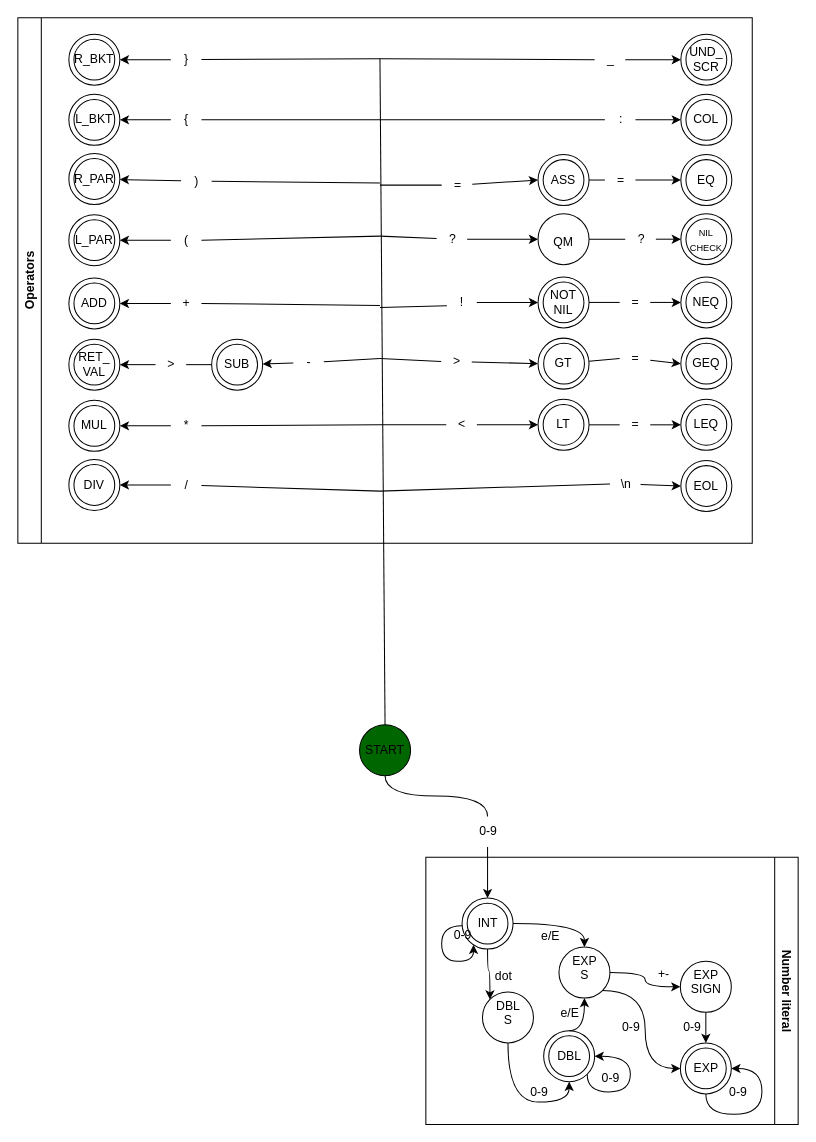
pomjak/IFJ23 keeps this draw.io diagram as doc/fsm_draft.drawio. Above is the earlier version. Source tidied: cells renumbered, new cells numbered last; positions are measured from the earlier drawing's top-left corner, leaving out a move shared by most shapes. Both pictures are drawn from the tidied source at 102%, with x=0, y=0 at pixel (17, 17).
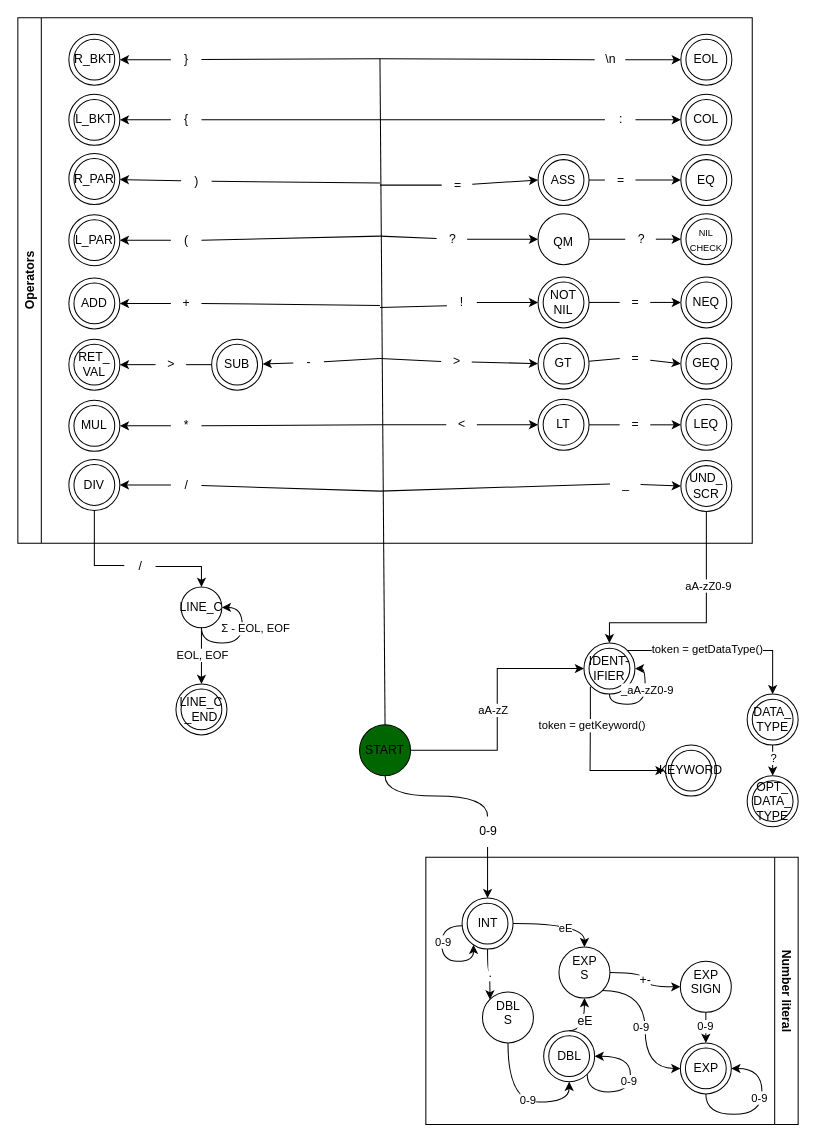
The same diagram, later.

Commit message:
add line comment and identifiers

Unchanged cells that the change refers to:
```xml
<mxCell id="3" value="START" style="ellipse;whiteSpace=wrap;html=1;fillColor=#006600;" parent="1" vertex="1">
  <mxGeometry x="335" y="693" width="50" height="50" as="geometry" />
</mxCell>
<mxCell id="4" value="Number literal" style="swimlane;horizontal=0;whiteSpace=wrap;html=1;rounded=0;shadow=0;glass=0;rotation=-180;" parent="1" vertex="1">
  <mxGeometry x="400" y="823" width="365" height="262" as="geometry" />
</mxCell>
<mxCell id="7" value="INT" style="ellipse;whiteSpace=wrap;html=1;fillColor=none;" parent="5" vertex="1">
  <mxGeometry width="50" height="50" as="geometry" />
</mxCell>
<mxCell id="8" style="edgeStyle=orthogonalEdgeStyle;shape=connector;curved=1;rounded=0;jettySize=auto;html=1;exitX=0;exitY=0.5;exitDx=0;exitDy=0;entryX=0.225;entryY=0.916;entryDx=0;entryDy=0;entryPerimeter=0;labelBackgroundColor=default;strokeColor=default;align=center;verticalAlign=middle;fontFamily=Helvetica;fontSize=12;fontColor=default;endArrow=classic;elbow=vertical;" parent="5" edge="1" target="7">
  <mxGeometry relative="1" as="geometry">
    <mxPoint y="27.1" as="sourcePoint" />
    <Array as="points">
      <mxPoint x="-20" y="27" />
      <mxPoint x="-20" y="62" />
      <mxPoint x="11" y="62" />
    </Array>
  </mxGeometry>
</mxCell>
<mxCell id="10" value="DBL&lt;div&gt;S&lt;br&gt;&lt;/div&gt;" style="ellipse;whiteSpace=wrap;html=1;align=center;verticalAlign=top;fontFamily=Helvetica;fontSize=12;fontColor=default;fillColor=none;gradientColor=none;" parent="4" vertex="1">
  <mxGeometry x="55.5" y="132" width="50" height="50" as="geometry" />
</mxCell>
<mxCell id="15" value="DBL" style="ellipse;whiteSpace=wrap;html=1;fillColor=none;" parent="13" vertex="1">
  <mxGeometry width="50" height="50" as="geometry" />
</mxCell>
<mxCell id="16" style="edgeStyle=orthogonalEdgeStyle;shape=connector;curved=1;rounded=0;orthogonalLoop=1;jettySize=auto;html=1;exitX=1;exitY=1;exitDx=0;exitDy=0;entryX=1;entryY=0.5;entryDx=0;entryDy=0;labelBackgroundColor=default;strokeColor=default;align=center;verticalAlign=middle;fontFamily=Helvetica;fontSize=12;fontColor=default;endArrow=classic;elbow=vertical;" parent="13" edge="1" source="15" target="15">
  <mxGeometry relative="1" as="geometry">
    <Array as="points">
      <mxPoint x="43" y="60" />
      <mxPoint x="85" y="60" />
      <mxPoint x="85" y="25" />
    </Array>
  </mxGeometry>
</mxCell>
<mxCell id="17" style="edgeStyle=orthogonalEdgeStyle;shape=connector;curved=1;rounded=0;jettySize=auto;html=1;exitX=0.5;exitY=1;exitDx=0;exitDy=0;entryX=0.5;entryY=1;entryDx=0;entryDy=0;labelBackgroundColor=default;strokeColor=default;align=center;verticalAlign=middle;fontFamily=Helvetica;fontSize=12;fontColor=default;endArrow=classic;elbow=vertical;" parent="4" edge="1" source="10" target="15">
  <mxGeometry relative="1" as="geometry" />
</mxCell>
<mxCell id="20" value="EXP&lt;br&gt;S" style="ellipse;whiteSpace=wrap;html=1;align=center;verticalAlign=top;fontFamily=Helvetica;fontSize=12;fontColor=default;fillColor=none;gradientColor=none;" parent="4" vertex="1">
  <mxGeometry x="130.5" y="88" width="50" height="50" as="geometry" />
</mxCell>
<mxCell id="21" style="edgeStyle=orthogonalEdgeStyle;shape=connector;curved=1;rounded=0;jettySize=auto;html=1;exitX=1;exitY=0.5;exitDx=0;exitDy=0;entryX=0.5;entryY=0;entryDx=0;entryDy=0;labelBackgroundColor=default;strokeColor=default;align=center;verticalAlign=middle;fontFamily=Helvetica;fontSize=12;fontColor=default;endArrow=classic;elbow=vertical;" parent="4" edge="1" source="7" target="20">
  <mxGeometry relative="1" as="geometry" />
</mxCell>
<mxCell id="25" value="EXP&lt;br&gt;SIGN" style="ellipse;whiteSpace=wrap;html=1;align=center;verticalAlign=top;fontFamily=Helvetica;fontSize=12;fontColor=default;fillColor=none;gradientColor=none;" parent="4" vertex="1">
  <mxGeometry x="249.5" y="102" width="50" height="50" as="geometry" />
</mxCell>
<mxCell id="30" style="edgeStyle=orthogonalEdgeStyle;shape=connector;curved=1;rounded=0;orthogonalLoop=1;jettySize=auto;html=1;exitX=0.5;exitY=1;exitDx=0;exitDy=0;entryX=1;entryY=0.5;entryDx=0;entryDy=0;labelBackgroundColor=default;strokeColor=default;align=center;verticalAlign=middle;fontFamily=Helvetica;fontSize=12;fontColor=default;endArrow=classic;elbow=vertical;" parent="27" edge="1" source="29" target="29">
  <mxGeometry relative="1" as="geometry">
    <Array as="points">
      <mxPoint x="25" y="70" />
      <mxPoint x="80" y="70" />
      <mxPoint x="80" y="25" />
    </Array>
  </mxGeometry>
</mxCell>
<mxCell id="31" style="edgeStyle=orthogonalEdgeStyle;shape=connector;curved=1;rounded=0;jettySize=auto;html=1;exitX=1;exitY=1;exitDx=0;exitDy=0;entryX=0;entryY=0.5;entryDx=0;entryDy=0;labelBackgroundColor=default;strokeColor=default;align=center;verticalAlign=middle;fontFamily=Helvetica;fontSize=12;fontColor=default;endArrow=classic;elbow=vertical;" parent="4" edge="1" source="20" target="29">
  <mxGeometry relative="1" as="geometry" />
</mxCell>
<mxCell id="36" style="edgeStyle=orthogonalEdgeStyle;shape=connector;curved=1;rounded=0;jettySize=auto;html=1;exitX=0.5;exitY=1;exitDx=0;exitDy=0;entryX=0.5;entryY=0;entryDx=0;entryDy=0;labelBackgroundColor=default;strokeColor=default;align=center;verticalAlign=middle;fontFamily=Helvetica;fontSize=12;fontColor=default;endArrow=classic;elbow=vertical;" parent="4" edge="1" source="25" target="29">
  <mxGeometry relative="1" as="geometry" />
</mxCell>
<mxCell id="37" value="Operators" style="swimlane;horizontal=0;whiteSpace=wrap;html=1;rounded=0;shadow=0;glass=0;sketch=0;" parent="1" vertex="1">
  <mxGeometry width="720" height="515" as="geometry" />
</mxCell>
<mxCell id="71" style="group;" parent="37" vertex="1">
  <mxGeometry x="650" y="434" width="50" height="50" as="geometry" />
</mxCell>
<mxCell id="128" value="DIV" style="ellipse;whiteSpace=wrap;html=1;fillColor=none;" parent="126" vertex="1">
  <mxGeometry width="50" height="50" as="geometry" />
</mxCell>
<mxCell id="158" style="group;" parent="37" vertex="1">
  <mxGeometry x="650" y="16" width="50" height="50" as="geometry" />
</mxCell>
```

Change to the diagram source:
```diff
@@
+    <mxCell id="169" style="edgeStyle=orthogonalEdgeStyle;rounded=0;jettySize=auto;html=1;entryX=0;entryY=0.5;entryDx=0;entryDy=0;" parent="1" edge="1" source="3" target="192">
+      <mxGeometry relative="1" as="geometry" />
+    </mxCell>
+    <mxCell id="170" value="aA-zZ" style="edgeLabel;html=1;align=center;verticalAlign=middle;" parent="169" vertex="1">
+      <mxGeometry x="-0.26" y="-1" relative="1" as="geometry">
+        <mxPoint x="-6" y="-32" as="offset" />
+      </mxGeometry>
+    </mxCell>
@@
-    <mxCell id="9" value="0-9" style="text;html=1;align=center;verticalAlign=middle;strokeColor=none;fillColor=none;fontSize=12;fontFamily=Helvetica;fontColor=default;" parent="4" vertex="1">
-      <mxGeometry x="15.5" y="62" width="40" height="30" as="geometry" />
-    </mxCell>
+    <mxCell id="171" value="0-9" style="edgeLabel;html=1;align=center;verticalAlign=middle;" parent="8" vertex="1">
+      <mxGeometry x="-0.32" y="1" relative="1" as="geometry" />
+    </mxCell>
@@
-    <mxCell id="11" style="edgeStyle=orthogonalEdgeStyle;shape=connector;curved=1;rounded=0;jettySize=auto;html=1;exitX=0.5;exitY=1;exitDx=0;exitDy=0;entryX=0;entryY=0;entryDx=0;entryDy=0;labelBackgroundColor=default;strokeColor=default;align=center;verticalAlign=middle;fontFamily=Helvetica;fontSize=12;fontColor=default;endArrow=classic;elbow=vertical;" parent="4" edge="1" source="7" target="10">
+    <mxCell id="11" value="." style="edgeStyle=orthogonalEdgeStyle;shape=connector;curved=1;rounded=0;jettySize=auto;html=1;exitX=0.5;exitY=1;exitDx=0;exitDy=0;entryX=0;entryY=0;entryDx=0;entryDy=0;labelBackgroundColor=default;strokeColor=default;align=center;verticalAlign=middle;fontFamily=Helvetica;fontSize=12;fontColor=default;endArrow=classic;elbow=vertical;" parent="4" edge="1" source="7" target="10">
       <mxGeometry relative="1" as="geometry" />
     </mxCell>
-    <mxCell id="12" value="dot" style="text;html=1;align=center;verticalAlign=middle;strokeColor=none;fillColor=none;fontSize=12;fontFamily=Helvetica;fontColor=default;" parent="4" vertex="1">
-      <mxGeometry x="55.5" y="102" width="40" height="30" as="geometry" />
-    </mxCell>
@@
+    <mxCell id="172" value="0-9" style="edgeLabel;html=1;align=center;verticalAlign=middle;" parent="16" vertex="1">
+      <mxGeometry x="0.08" y="2" relative="1" as="geometry" />
+    </mxCell>
@@
-    <mxCell id="18" value="0-9" style="text;html=1;align=center;verticalAlign=middle;strokeColor=none;fillColor=none;fontSize=12;fontFamily=Helvetica;fontColor=default;" parent="4" vertex="1">
-      <mxGeometry x="90.5" y="216" width="40" height="30" as="geometry" />
-    </mxCell>
-    <mxCell id="19" value="0-9" style="text;html=1;align=center;verticalAlign=middle;strokeColor=none;fillColor=none;fontSize=12;fontFamily=Helvetica;fontColor=default;" parent="4" vertex="1">
-      <mxGeometry x="160.5" y="202" width="40" height="30" as="geometry" />
-    </mxCell>
+    <mxCell id="173" value="0-9" style="edgeLabel;html=1;align=center;verticalAlign=middle;" parent="17" vertex="1">
+      <mxGeometry x="0.11" y="3" relative="1" as="geometry" />
+    </mxCell>
@@
-    <mxCell id="22" value="e/E" style="edgeLabel;html=1;align=center;verticalAlign=middle;fontSize=12;fontFamily=Helvetica;fontColor=default;" parent="21" vertex="1">
-      <mxGeometry x="-0.43" y="5" relative="1" as="geometry">
-        <mxPoint x="9" y="17" as="offset" />
-      </mxGeometry>
-    </mxCell>
+    <mxCell id="174" value="eE" style="edgeLabel;html=1;align=center;verticalAlign=middle;" parent="21" vertex="1">
+      <mxGeometry x="0.1" y="-4" relative="1" as="geometry" />
+    </mxCell>
-    <mxCell id="23" style="edgeStyle=orthogonalEdgeStyle;shape=connector;curved=1;rounded=0;jettySize=auto;html=1;exitX=0.5;exitY=0;exitDx=0;exitDy=0;entryX=0.5;entryY=1;entryDx=0;entryDy=0;labelBackgroundColor=default;strokeColor=default;align=center;verticalAlign=middle;fontFamily=Helvetica;fontSize=12;fontColor=default;endArrow=classic;elbow=vertical;" parent="4" edge="1" source="15" target="20">
+    <mxCell id="23" value="eE" style="edgeStyle=orthogonalEdgeStyle;shape=connector;curved=1;rounded=0;jettySize=auto;html=1;exitX=0.5;exitY=0;exitDx=0;exitDy=0;entryX=0.5;entryY=1;entryDx=0;entryDy=0;labelBackgroundColor=default;strokeColor=default;align=center;verticalAlign=middle;fontFamily=Helvetica;fontSize=12;fontColor=default;endArrow=classic;elbow=vertical;" parent="4" edge="1" source="15" target="20">
       <mxGeometry relative="1" as="geometry" />
     </mxCell>
-    <mxCell id="24" value="e/E" style="text;html=1;align=center;verticalAlign=middle;strokeColor=none;fillColor=none;fontSize=12;fontFamily=Helvetica;fontColor=default;" parent="4" vertex="1">
-      <mxGeometry x="120.5" y="138" width="40" height="30" as="geometry" />
-    </mxCell>
@@
-    <mxCell id="26" style="edgeStyle=orthogonalEdgeStyle;shape=connector;curved=1;rounded=0;jettySize=auto;html=1;exitX=1;exitY=0.5;exitDx=0;exitDy=0;entryX=0;entryY=0.5;entryDx=0;entryDy=0;labelBackgroundColor=default;strokeColor=default;align=center;verticalAlign=middle;fontFamily=Helvetica;fontSize=12;fontColor=default;endArrow=classic;elbow=vertical;" parent="4" edge="1" source="20" target="25">
+    <mxCell id="26" value="+-" style="edgeStyle=orthogonalEdgeStyle;shape=connector;curved=1;rounded=0;jettySize=auto;html=1;exitX=1;exitY=0.5;exitDx=0;exitDy=0;entryX=0;entryY=0.5;entryDx=0;entryDy=0;labelBackgroundColor=default;strokeColor=default;align=center;verticalAlign=middle;fontFamily=Helvetica;fontSize=12;fontColor=default;endArrow=classic;elbow=vertical;" parent="4" edge="1" source="20" target="25">
       <mxGeometry relative="1" as="geometry" />
     </mxCell>
@@
+    <mxCell id="175" value="0-9" style="edgeLabel;html=1;align=center;verticalAlign=middle;" parent="30" vertex="1">
+      <mxGeometry x="0.22" y="3" relative="1" as="geometry" />
+    </mxCell>
@@
-    <mxCell id="32" value="+-" style="text;html=1;align=center;verticalAlign=middle;strokeColor=none;fillColor=none;fontSize=12;fontFamily=Helvetica;fontColor=default;" parent="4" vertex="1">
-      <mxGeometry x="217.5" y="100" width="30" height="30" as="geometry" />
-    </mxCell>
-    <mxCell id="33" value="0-9" style="text;html=1;align=center;verticalAlign=middle;strokeColor=none;fillColor=none;fontSize=12;fontFamily=Helvetica;fontColor=default;" parent="4" vertex="1">
-      <mxGeometry x="240.5" y="152" width="40" height="30" as="geometry" />
-    </mxCell>
-    <mxCell id="34" value="0-9" style="text;html=1;align=center;verticalAlign=middle;strokeColor=none;fillColor=none;fontSize=12;fontFamily=Helvetica;fontColor=default;" parent="4" vertex="1">
-      <mxGeometry x="180.5" y="152" width="40" height="30" as="geometry" />
-    </mxCell>
-    <mxCell id="35" value="0-9" style="text;html=1;align=center;verticalAlign=middle;strokeColor=none;fillColor=none;fontSize=12;fontFamily=Helvetica;fontColor=default;" parent="4" vertex="1">
-      <mxGeometry x="285.5" y="216" width="40" height="30" as="geometry" />
-    </mxCell>
+    <mxCell id="176" value="0-9" style="edgeLabel;html=1;align=center;verticalAlign=middle;" parent="31" vertex="1">
+      <mxGeometry x="-0.26" y="-4" relative="1" as="geometry">
+        <mxPoint x="-1" y="22" as="offset" />
+      </mxGeometry>
+    </mxCell>
@@
+    <mxCell id="177" value="0-9" style="edgeLabel;html=1;align=center;verticalAlign=middle;" parent="36" vertex="1">
+      <mxGeometry x="-0.15" y="-1" relative="1" as="geometry" />
+    </mxCell>
@@
-    <mxCell id="73" value="EOL" style="ellipse;whiteSpace=wrap;html=1;fillColor=none;" parent="71" vertex="1">
+    <mxCell id="73" value="&lt;div style=&quot;border-color: var(--border-color);&quot;&gt;UND_&lt;/div&gt;&lt;div style=&quot;border-color: var(--border-color);&quot;&gt;SCR&lt;/div&gt;" style="ellipse;whiteSpace=wrap;html=1;fillColor=none;" parent="71" vertex="1">
       <mxGeometry width="50" height="50" as="geometry" />
     </mxCell>
@@
-    <mxCell id="100" value="\n" style="text;html=1;align=center;verticalAlign=middle;points=[];strokeColor=none;fillColor=none;" parent="37" vertex="1">
+    <mxCell id="100" value="_" style="text;html=1;align=center;verticalAlign=middle;points=[];strokeColor=none;fillColor=none;" parent="37" vertex="1">
       <mxGeometry x="580.5" y="442" width="30" height="30" as="geometry" />
     </mxCell>
@@
-    <mxCell id="160" value="&lt;div&gt;UND_&lt;/div&gt;&lt;div&gt;SCR&lt;/div&gt;" style="ellipse;whiteSpace=wrap;html=1;fillColor=none;" parent="158" vertex="1">
+    <mxCell id="160" value="&lt;div&gt;EOL&lt;/div&gt;" style="ellipse;whiteSpace=wrap;html=1;fillColor=none;" parent="158" vertex="1">
       <mxGeometry width="50" height="50" as="geometry" />
     </mxCell>
@@
-    <mxCell id="163" value="_" style="text;html=1;align=center;verticalAlign=middle;points=[];strokeColor=none;fillColor=none;" parent="37" vertex="1">
+    <mxCell id="163" value="\n" style="text;html=1;align=center;verticalAlign=middle;points=[];strokeColor=none;fillColor=none;" parent="37" vertex="1">
       <mxGeometry x="565.5" y="26" width="30" height="30" as="geometry" />
     </mxCell>
@@
+    <mxCell id="178" style="group;" parent="1" vertex="1">
+      <mxGeometry x="155" y="553" width="50" height="50" as="geometry" />
+    </mxCell>
+    <mxCell id="179" value="LINE_C" style="ellipse;whiteSpace=wrap;html=1;" parent="178" vertex="1">
+      <mxGeometry x="5" y="5" width="40" height="40" as="geometry" />
+    </mxCell>
+    <mxCell id="180" style="edgeStyle=orthogonalEdgeStyle;rounded=0;orthogonalLoop=1;jettySize=auto;html=1;exitX=0.5;exitY=1;exitDx=0;exitDy=0;entryX=1;entryY=0.5;entryDx=0;entryDy=0;curved=1;" parent="178" edge="1" source="179" target="179">
+      <mxGeometry relative="1" as="geometry">
+        <Array as="points">
+          <mxPoint x="25" y="60" />
+          <mxPoint x="65" y="60" />
+          <mxPoint x="65" y="25" />
+        </Array>
+      </mxGeometry>
+    </mxCell>
+    <mxCell id="181" value="Σ&amp;nbsp;- EOL, EOF" style="edgeLabel;html=1;align=center;verticalAlign=middle;" parent="180" vertex="1">
+      <mxGeometry x="-0.24" y="2" relative="1" as="geometry">
+        <mxPoint x="25" y="-13" as="offset" />
+      </mxGeometry>
+    </mxCell>
+    <mxCell id="182" style="group;" parent="1" vertex="1">
+      <mxGeometry x="155" y="653" width="50" height="50" as="geometry" />
+    </mxCell>
+    <mxCell id="183" style="ellipse;whiteSpace=wrap;html=1;" parent="182" vertex="1">
+      <mxGeometry x="5" y="5" width="40" height="40" as="geometry" />
+    </mxCell>
+    <mxCell id="184" value="LINE_C&lt;br&gt;_END" style="ellipse;whiteSpace=wrap;html=1;fillColor=none;" parent="182" vertex="1">
+      <mxGeometry width="50" height="50" as="geometry" />
+    </mxCell>
+    <mxCell id="185" style="edgeStyle=orthogonalEdgeStyle;rounded=0;jettySize=auto;html=1;entryX=0.5;entryY=0;entryDx=0;entryDy=0;" parent="1" edge="1" source="186" target="179">
+      <mxGeometry relative="1" as="geometry" />
+    </mxCell>
+    <mxCell id="186" value="/" style="text;html=1;align=center;verticalAlign=middle;points=[];strokeColor=none;fillColor=none;" parent="1" vertex="1">
+      <mxGeometry x="105" y="523" width="30" height="30" as="geometry" />
+    </mxCell>
+    <mxCell id="187" style="edgeStyle=orthogonalEdgeStyle;rounded=0;jettySize=auto;html=1;entryX=-0.022;entryY=0.463;entryDx=0;entryDy=0;entryPerimeter=0;exitX=0.5;exitY=1;exitDx=0;exitDy=0;endArrow=none;endFill=0;" parent="1" edge="1" source="128" target="186">
+      <mxGeometry relative="1" as="geometry" />
+    </mxCell>
+    <mxCell id="188" style="edgeStyle=orthogonalEdgeStyle;rounded=0;jettySize=auto;html=1;exitX=0.5;exitY=1;exitDx=0;exitDy=0;entryX=0.5;entryY=0;entryDx=0;entryDy=0;" parent="1" edge="1" source="179" target="184">
+      <mxGeometry relative="1" as="geometry" />
+    </mxCell>
+    <mxCell id="189" value="EOL, EOF" style="edgeLabel;html=1;align=center;verticalAlign=middle;" parent="188" vertex="1">
+      <mxGeometry x="-0.07" relative="1" as="geometry" />
+    </mxCell>
+    <mxCell id="190" style="group;" parent="1" vertex="1">
+      <mxGeometry x="555" y="613" width="50" height="50" as="geometry" />
+    </mxCell>
+    <mxCell id="191" style="ellipse;whiteSpace=wrap;html=1;" parent="190" vertex="1">
+      <mxGeometry x="5" y="5" width="40" height="40" as="geometry" />
+    </mxCell>
+    <mxCell id="192" value="&lt;div style=&quot;border-color: var(--border-color);&quot;&gt;IDENT-IFIER&lt;/div&gt;" style="ellipse;whiteSpace=wrap;html=1;fillColor=none;" parent="190" vertex="1">
+      <mxGeometry width="50" height="50" as="geometry" />
+    </mxCell>
+    <mxCell id="193" style="edgeStyle=orthogonalEdgeStyle;rounded=0;orthogonalLoop=1;jettySize=auto;html=1;exitX=0.5;exitY=1;exitDx=0;exitDy=0;entryX=1;entryY=0.5;entryDx=0;entryDy=0;curved=1;" parent="190" edge="1" source="192" target="192">
+      <mxGeometry relative="1" as="geometry">
+        <Array as="points">
+          <mxPoint x="25" y="60" />
+          <mxPoint x="60" y="60" />
+          <mxPoint x="60" y="25" />
+        </Array>
+      </mxGeometry>
+    </mxCell>
+    <mxCell id="194" value="_aA-zZ0-9" style="edgeLabel;html=1;align=center;verticalAlign=middle;" parent="193" vertex="1">
+      <mxGeometry x="0.33" y="-1" relative="1" as="geometry" />
+    </mxCell>
+    <mxCell id="195" style="edgeStyle=orthogonalEdgeStyle;rounded=0;jettySize=auto;html=1;entryX=0.5;entryY=0;entryDx=0;entryDy=0;" parent="1" edge="1" source="73" target="192">
+      <mxGeometry relative="1" as="geometry">
+        <Array as="points">
+          <mxPoint x="675" y="593" />
+          <mxPoint x="580" y="593" />
+        </Array>
+      </mxGeometry>
+    </mxCell>
+    <mxCell id="196" value="aA-zZ0-9" style="edgeLabel;html=1;align=center;verticalAlign=middle;" parent="195" vertex="1">
+      <mxGeometry x="-0.36" y="1" relative="1" as="geometry" />
+    </mxCell>
+    <mxCell id="197" style="group;" parent="1" vertex="1">
+      <mxGeometry x="635" y="713" width="50" height="50" as="geometry" />
+    </mxCell>
+    <mxCell id="198" style="ellipse;whiteSpace=wrap;html=1;" parent="197" vertex="1">
+      <mxGeometry x="5" y="5" width="40" height="40" as="geometry" />
+    </mxCell>
+    <mxCell id="199" value="KEYWORD" style="ellipse;whiteSpace=wrap;html=1;fillColor=none;" parent="197" vertex="1">
+      <mxGeometry width="50" height="50" as="geometry" />
+    </mxCell>
+    <mxCell id="200" style="edgeStyle=orthogonalEdgeStyle;rounded=0;orthogonalLoop=1;jettySize=auto;html=1;exitX=0;exitY=1;exitDx=0;exitDy=0;entryX=0;entryY=0.5;entryDx=0;entryDy=0;" parent="1" edge="1">
+      <mxGeometry relative="1" as="geometry">
+        <mxPoint x="561.3" y="655.7" as="sourcePoint" />
+        <mxPoint x="634" y="738" as="targetPoint" />
+        <Array as="points">
+          <mxPoint x="561" y="688" />
+          <mxPoint x="561" y="688" />
+          <mxPoint x="561" y="738" />
+        </Array>
+      </mxGeometry>
+    </mxCell>
+    <mxCell id="201" value="token = getKeyword()" style="edgeLabel;html=1;align=center;verticalAlign=middle;" parent="200" vertex="1">
+      <mxGeometry x="-0.51" y="1" relative="1" as="geometry" />
+    </mxCell>
+    <mxCell id="202" style="group;" parent="1" vertex="1">
+      <mxGeometry x="715" y="663" width="50" height="50" as="geometry" />
+    </mxCell>
+    <mxCell id="203" style="ellipse;whiteSpace=wrap;html=1;" parent="202" vertex="1">
+      <mxGeometry x="5" y="5" width="40" height="40" as="geometry" />
+    </mxCell>
+    <mxCell id="204" value="DATA_&lt;br&gt;TYPE" style="ellipse;whiteSpace=wrap;html=1;fillColor=none;" parent="202" vertex="1">
+      <mxGeometry width="50" height="50" as="geometry" />
+    </mxCell>
+    <mxCell id="205" style="edgeStyle=orthogonalEdgeStyle;rounded=0;jettySize=auto;html=1;exitX=1;exitY=0;exitDx=0;exitDy=0;entryX=0.5;entryY=0;entryDx=0;entryDy=0;" parent="1" edge="1" source="192" target="204">
+      <mxGeometry relative="1" as="geometry">
+        <Array as="points">
+          <mxPoint x="740" y="620" />
+        </Array>
+      </mxGeometry>
+    </mxCell>
+    <mxCell id="206" value="token = getDataType()" style="edgeLabel;html=1;align=center;verticalAlign=middle;" parent="205" vertex="1">
+      <mxGeometry x="0.24" relative="1" as="geometry">
+        <mxPoint x="-37" y="-2" as="offset" />
+      </mxGeometry>
+    </mxCell>
+    <mxCell id="207" style="group;" parent="1" vertex="1">
+      <mxGeometry x="715" y="743" width="50" height="50" as="geometry" />
+    </mxCell>
+    <mxCell id="208" style="ellipse;whiteSpace=wrap;html=1;" parent="207" vertex="1">
+      <mxGeometry x="5" y="5" width="40" height="40" as="geometry" />
+    </mxCell>
+    <mxCell id="209" value="OPT_&lt;br&gt;DATA_&lt;br&gt;TYPE" style="ellipse;whiteSpace=wrap;html=1;fillColor=none;" parent="207" vertex="1">
+      <mxGeometry width="50" height="50" as="geometry" />
+    </mxCell>
+    <mxCell id="210" style="edgeStyle=orthogonalEdgeStyle;rounded=0;jettySize=auto;html=1;exitX=0.5;exitY=1;exitDx=0;exitDy=0;entryX=0.5;entryY=0;entryDx=0;entryDy=0;" parent="1" edge="1" source="204" target="209">
+      <mxGeometry relative="1" as="geometry" />
+    </mxCell>
+    <mxCell id="211" value="?" style="edgeLabel;html=1;align=center;verticalAlign=middle;" parent="210" vertex="1">
+      <mxGeometry x="-0.17" relative="1" as="geometry" />
+    </mxCell>
```
